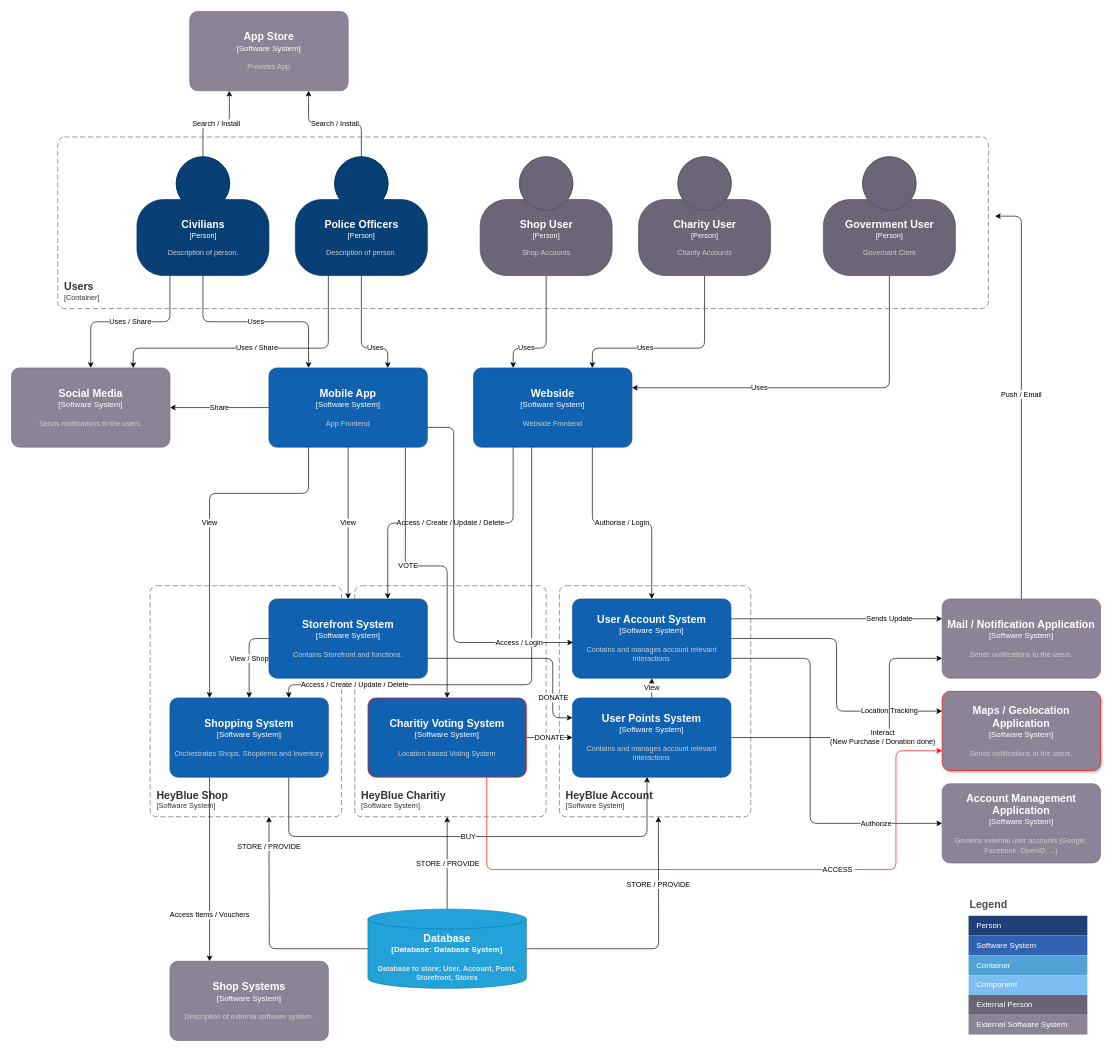
Above: page "C4 Level2" (1 of 3) of WiP/Usecases/12_shop.drawio in MinniMieze/HeyBlue (draw.io), before the change. Source tidied: cells renumbered, new cells numbered last; positions are measured from the earlier drawing's top-left corner, leaving out a move shared by most shapes. Both pictures are drawn from the tidied source at 66%, with x=0, y=0 at pixel (11, 11).
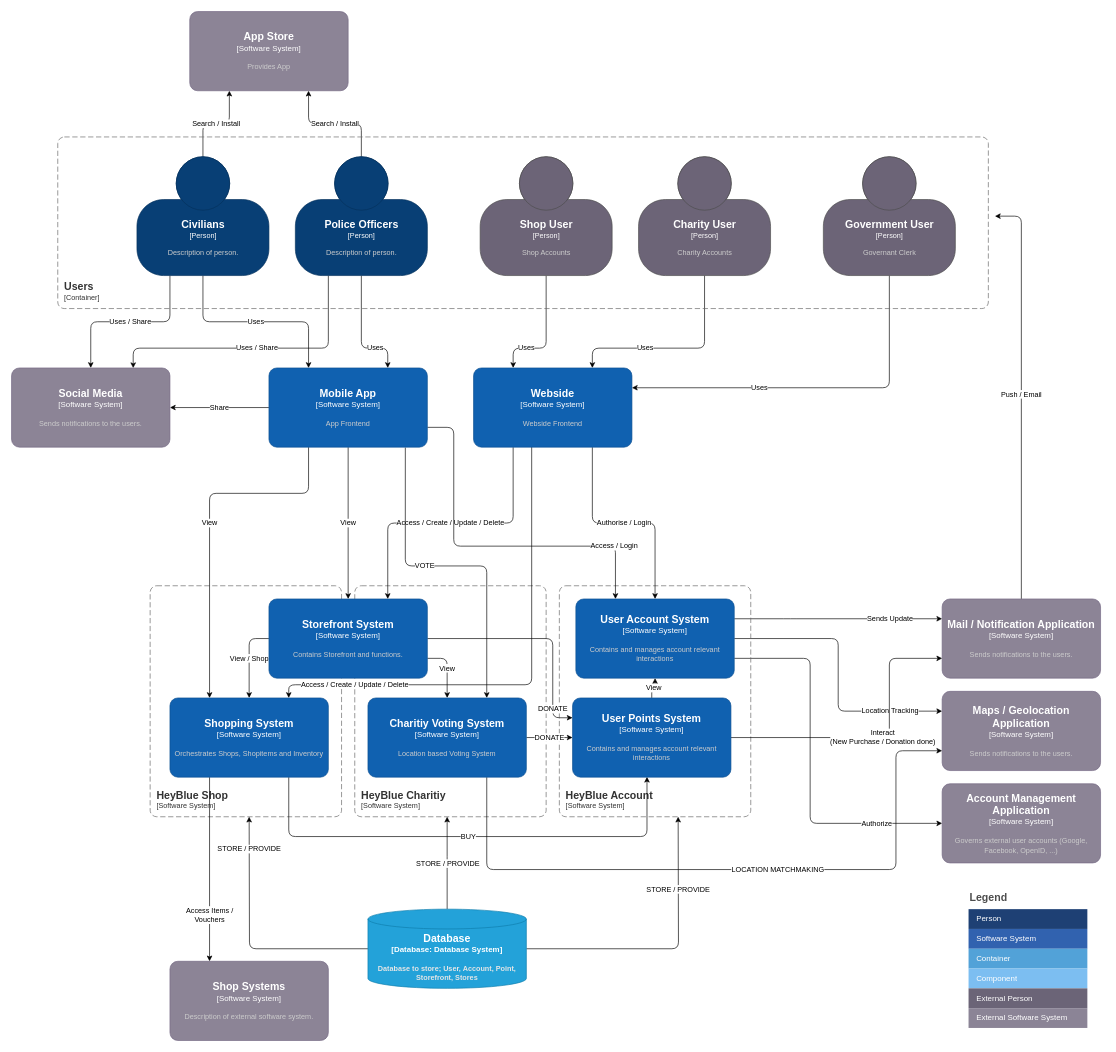
After the change.

The change refers to these unchanged cells:
```xml
<object id="17" label="&lt;font style=&quot;font-size: 16px&quot;&gt;&lt;b&gt;%c4Name%&lt;/b&gt;&lt;/font&gt;&lt;div&gt;[%c4Type%]&lt;/div&gt;&lt;br&gt;&lt;div&gt;&lt;font style=&quot;font-size: 11px&quot;&gt;&lt;font color=&quot;#cccccc&quot;&gt;%c4Description%&lt;/font&gt;&lt;/div&gt;" c4Description="Sends notifications to the users." c4Name="Mail / Notification Application" c4Type="Software System" placeholders="1">
  <mxCell style="rounded=1;whiteSpace=wrap;html=1;labelBackgroundColor=none;fillColor=#8C8496;fontColor=#ffffff;align=center;arcSize=10;strokeColor=#736782;points=[[0.25,0,0],[0.5,0,0],[0.75,0,0],[1,0.25,0],[1,0.5,0],[1,0.75,0],[0.75,1,0],[0.5,1,0],[0.25,1,0],[0,0.75,0],[0,0.5,0],[0,0.25,0]];" parent="1" vertex="1">
    <mxGeometry x="1410" y="890" width="240" height="120" as="geometry" />
  </mxCell>
</object>
<object id="21" label="&lt;font style=&quot;font-size: 16px&quot;&gt;&lt;b&gt;%c4Name%&lt;/b&gt;&lt;/font&gt;&lt;div&gt;[%c4Type%]&lt;/div&gt;&lt;br&gt;&lt;div&gt;&lt;font style=&quot;font-size: 11px&quot;&gt;&lt;font color=&quot;#cccccc&quot;&gt;%c4Description%&lt;/font&gt;&lt;/div&gt;" c4Description="Contains Storefront and functions." c4Name="Storefront System" c4Type="Software System" placeholders="1">
  <mxCell style="rounded=1;whiteSpace=wrap;html=1;labelBackgroundColor=none;fillColor=#1061B0;fontColor=#ffffff;align=center;arcSize=10;strokeColor=#0D5091;points=[[0.25,0,0],[0.5,0,0],[0.75,0,0],[1,0.25,0],[1,0.5,0],[1,0.75,0],[0.75,1,0],[0.5,1,0],[0.25,1,0],[0,0.75,0],[0,0.5,0],[0,0.25,0]];" parent="1" vertex="1">
    <mxGeometry x="390" y="890" width="240" height="120" as="geometry" />
  </mxCell>
</object>
<object id="24" label="&lt;font style=&quot;font-size: 16px&quot;&gt;&lt;b&gt;%c4Name%&lt;/b&gt;&lt;/font&gt;&lt;div&gt;[%c4Type%]&lt;/div&gt;&lt;br&gt;&lt;div&gt;&lt;font style=&quot;font-size: 11px&quot;&gt;&lt;font color=&quot;#cccccc&quot;&gt;%c4Description%&lt;/font&gt;&lt;/div&gt;" c4Description="Orchestrates Shops, Shopitems and Inventory" c4Name="Shopping System" c4Type="Software System" placeholders="1">
  <mxCell style="rounded=1;whiteSpace=wrap;html=1;labelBackgroundColor=none;fillColor=#1061B0;fontColor=#ffffff;align=center;arcSize=10;strokeColor=#0D5091;points=[[0.25,0,0],[0.5,0,0],[0.75,0,0],[1,0.25,0],[1,0.5,0],[1,0.75,0],[0.75,1,0],[0.5,1,0],[0.25,1,0],[0,0.75,0],[0,0.5,0],[0,0.25,0]];" parent="1" vertex="1">
    <mxGeometry x="240" y="1040" width="240" height="120" as="geometry" />
  </mxCell>
</object>
<object id="25" label="&lt;font style=&quot;font-size: 16px&quot;&gt;&lt;b&gt;%c4Name%&lt;/b&gt;&lt;/font&gt;&lt;div&gt;[%c4Type%]&lt;/div&gt;&lt;br&gt;&lt;div&gt;&lt;font style=&quot;font-size: 11px&quot;&gt;&lt;font color=&quot;#cccccc&quot;&gt;%c4Description%&lt;/font&gt;&lt;/div&gt;" c4Description="Description of external software system." c4Name="Shop Systems" c4Type="Software System" placeholders="1">
  <mxCell style="rounded=1;whiteSpace=wrap;html=1;labelBackgroundColor=none;fillColor=#8C8496;fontColor=#ffffff;align=center;arcSize=10;strokeColor=#736782;points=[[0.25,0,0],[0.5,0,0],[0.75,0,0],[1,0.25,0],[1,0.5,0],[1,0.75,0],[0.75,1,0],[0.5,1,0],[0.25,1,0],[0,0.75,0],[0,0.5,0],[0,0.25,0]];" parent="1" vertex="1">
    <mxGeometry x="240" y="1439" width="240" height="120" as="geometry" />
  </mxCell>
</object>
<object id="40" label="&lt;font style=&quot;font-size: 16px&quot;&gt;&lt;b&gt;%c4Name%&lt;/b&gt;&lt;/font&gt;&lt;div&gt;[%c4Type%]&lt;/div&gt;&lt;br&gt;&lt;div&gt;&lt;font style=&quot;font-size: 11px&quot;&gt;&lt;font color=&quot;#cccccc&quot;&gt;%c4Description%&lt;/font&gt;&lt;/div&gt;" c4Description="App Frontend" c4Name="Mobile App" c4Type="Software System" placeholders="1">
  <mxCell style="rounded=1;whiteSpace=wrap;html=1;labelBackgroundColor=none;fillColor=#1061B0;fontColor=#ffffff;align=center;arcSize=10;strokeColor=#0D5091;points=[[0.25,0,0],[0.5,0,0],[0.75,0,0],[1,0.25,0],[1,0.5,0],[1,0.75,0],[0.75,1,0],[0.5,1,0],[0.25,1,0],[0,0.75,0],[0,0.5,0],[0,0.25,0]];" parent="1" vertex="1">
    <mxGeometry x="390" y="540" width="240" height="120" as="geometry" />
  </mxCell>
</object>
<object id="51" label="&lt;font style=&quot;font-size: 16px&quot;&gt;&lt;b&gt;%c4Name%&lt;/b&gt;&lt;/font&gt;&lt;div&gt;[%c4Type%]&lt;/div&gt;&lt;br&gt;&lt;div&gt;&lt;font style=&quot;font-size: 11px&quot;&gt;&lt;font color=&quot;#cccccc&quot;&gt;%c4Description%&lt;/font&gt;&lt;/div&gt;" c4Description="Governs external user accounts (Google, Facebook, OpenID, ...)" c4Name="Account Management Application" c4Type="Software System" placeholders="1">
  <mxCell style="rounded=1;whiteSpace=wrap;html=1;labelBackgroundColor=none;fillColor=#8C8496;fontColor=#ffffff;align=center;arcSize=10;strokeColor=#736782;points=[[0.25,0,0],[0.5,0,0],[0.75,0,0],[1,0.25,0],[1,0.5,0],[1,0.75,0],[0.75,1,0],[0.5,1,0],[0.25,1,0],[0,0.75,0],[0,0.5,0],[0,0.25,0]];" parent="1" vertex="1">
    <mxGeometry x="1410" y="1170" width="240" height="120" as="geometry" />
  </mxCell>
</object>
<object id="55" label="&lt;font style=&quot;font-size: 16px&quot;&gt;&lt;b&gt;%c4Name%&lt;/b&gt;&lt;/font&gt;&lt;div&gt;[%c4Type%]&lt;/div&gt;&lt;br&gt;&lt;div&gt;&lt;font style=&quot;font-size: 11px&quot;&gt;&lt;font color=&quot;#cccccc&quot;&gt;%c4Description%&lt;/font&gt;&lt;/div&gt;" c4Description="Contains and manages account relevant interactions" c4Name="User Points System" c4Type="Software System" placeholders="1">
  <mxCell style="rounded=1;whiteSpace=wrap;html=1;labelBackgroundColor=none;fillColor=#1061B0;fontColor=#ffffff;align=center;arcSize=10;strokeColor=#0D5091;points=[[0.25,0,0],[0.5,0,0],[0.75,0,0],[1,0.25,0],[1,0.5,0],[1,0.75,0],[0.75,1,0],[0.5,1,0],[0.25,1,0],[0,0.75,0],[0,0.5,0],[0,0.25,0]];" parent="1" vertex="1">
    <mxGeometry x="850" y="1040" width="240" height="120" as="geometry" />
  </mxCell>
</object>
<object id="65" label="&lt;font style=&quot;font-size: 16px&quot;&gt;&lt;b&gt;%c4Type%&lt;/font&gt;&lt;div&gt;[%c4Container%:&amp;nbsp;%c4Technology%]&lt;/div&gt;&lt;br&gt;&lt;div&gt;&lt;font style=&quot;font-size: 11px&quot;&gt;&lt;font color=&quot;#E6E6E6&quot;&gt;%c4Description%&lt;/font&gt;&lt;/div&gt;" c4Container="Database" c4Description="Database to store; User, Account, Point, Storefront, Stores" c4Technology="Database System" c4Type="Database" placeholders="1">
  <mxCell style="shape=cylinder3;size=15;whiteSpace=wrap;html=1;boundedLbl=1;rounded=0;labelBackgroundColor=none;fillColor=#23A2D9;fontSize=12;fontColor=#ffffff;align=center;strokeColor=#0E7DAD;points=[[0.5,0,0],[1,0.25,0],[1,0.5,0],[1,0.75,0],[0.5,1,0],[0,0.75,0],[0,0.5,0],[0,0.25,0]];" parent="1" vertex="1">
    <mxGeometry x="540" y="1360" width="240" height="120" as="geometry" />
  </mxCell>
</object>
```

The edit, as a diff of the source:
```diff
@@
     <mxCell id="2" value="Sends Update" style="edgeStyle=orthogonalEdgeStyle;html=1;exitX=1;exitY=0.25;exitDx=0;exitDy=0;exitPerimeter=0;entryX=0;entryY=0.25;entryDx=0;entryDy=0;entryPerimeter=0;" parent="1" edge="1" source="5" target="17">
-      <mxGeometry x="0.5" relative="1" as="geometry" />
+      <mxGeometry x="0.5" relative="1" as="geometry">
+        <Array as="points">
+          <mxPoint x="1180" y="920" />
+          <mxPoint x="1180" y="920" />
+        </Array>
+      </mxGeometry>
     </mxCell>
@@
-    <mxCell id="4" value="Authorize" style="edgeStyle=orthogonalEdgeStyle;html=1;exitX=1;exitY=0.75;exitDx=0;exitDy=0;exitPerimeter=0;entryX=0;entryY=0.5;entryDx=0;entryDy=0;entryPerimeter=0;" parent="1" edge="1" source="5" target="51">
+    <mxCell id="4" value="Authorize" style="edgeStyle=orthogonalEdgeStyle;html=1;entryX=0;entryY=0.5;entryDx=0;entryDy=0;entryPerimeter=0;exitX=1;exitY=0.75;exitDx=0;exitDy=0;exitPerimeter=0;" parent="1" edge="1" source="5" target="51">
       <mxGeometry x="0.65" relative="1" as="geometry">
         <Array as="points">
           <mxPoint x="1210" y="980" />
           <mxPoint x="1210" y="1230" />
         </Array>
       </mxGeometry>
     </mxCell>
     <object id="5" label="&lt;font style=&quot;font-size: 16px&quot;&gt;&lt;b&gt;%c4Name%&lt;/b&gt;&lt;/font&gt;&lt;div&gt;[%c4Type%]&lt;/div&gt;&lt;br&gt;&lt;div&gt;&lt;font style=&quot;font-size: 11px&quot;&gt;&lt;font color=&quot;#cccccc&quot;&gt;%c4Description%&lt;/font&gt;&lt;/div&gt;" c4Description="Contains and manages account relevant interactions" c4Name="User Account System" c4Type="Software System" placeholders="1">
       <mxCell style="rounded=1;whiteSpace=wrap;html=1;labelBackgroundColor=none;fillColor=#1061B0;fontColor=#ffffff;align=center;arcSize=10;strokeColor=#0D5091;points=[[0.25,0,0],[0.5,0,0],[0.75,0,0],[1,0.25,0],[1,0.5,0],[1,0.75,0],[0.75,1,0],[0.5,1,0],[0.25,1,0],[0,0.75,0],[0,0.5,0],[0,0.25,0]];" parent="1" vertex="1">
-        <mxGeometry x="850" y="890" width="240" height="120" as="geometry" />
+        <mxGeometry x="855" y="890" width="240" height="120" as="geometry" />
       </mxCell>
     </object>
     <mxCell id="6" style="group;" parent="1" vertex="1">
-      <mxGeometry x="1450" y="1340" width="180" height="210" as="geometry" />
+      <mxGeometry x="1450" y="1330" width="180" height="210" as="geometry" />
     </mxCell>
@@
+    <mxCell id="50" value="DONATE" style="edgeStyle=orthogonalEdgeStyle;html=1;exitX=1;exitY=0.5;exitDx=0;exitDy=0;exitPerimeter=0;entryX=0;entryY=0.25;entryDx=0;entryDy=0;entryPerimeter=0;strokeColor=#000000;" parent="1" edge="1" source="21" target="55">
+      <mxGeometry x="0.74" relative="1" as="geometry">
+        <Array as="points">
+          <mxPoint x="820" y="950" />
+          <mxPoint x="820" y="1070" />
+        </Array>
+        <mxPoint y="1" as="offset" />
+      </mxGeometry>
+    </mxCell>
+    <mxCell id="66" value="View" style="edgeStyle=orthogonalEdgeStyle;html=1;exitX=1;exitY=0.75;exitDx=0;exitDy=0;exitPerimeter=0;entryX=0.5;entryY=0;entryDx=0;entryDy=0;entryPerimeter=0;strokeColor=#000000;" parent="1" edge="1" source="21" target="61">
+      <mxGeometry relative="1" as="geometry" />
+    </mxCell>
@@
-    <mxCell id="22" value="Access Items / Vouchers" style="edgeStyle=orthogonalEdgeStyle;html=1;exitX=0.25;exitY=1;exitDx=0;exitDy=0;exitPerimeter=0;entryX=0.25;entryY=0;entryDx=0;entryDy=0;entryPerimeter=0;" parent="1" edge="1" source="24" target="25">
+    <mxCell id="22" value="Access Items /&lt;br&gt;Vouchers" style="edgeStyle=orthogonalEdgeStyle;html=1;exitX=0.25;exitY=1;exitDx=0;exitDy=0;exitPerimeter=0;entryX=0.25;entryY=0;entryDx=0;entryDy=0;entryPerimeter=0;" parent="1" edge="1" source="24" target="25">
       <mxGeometry x="0.5" relative="1" as="geometry" />
     </mxCell>
@@
     <object id="26" label="&lt;font style=&quot;font-size: 16px&quot;&gt;&lt;b&gt;%c4Name%&lt;/b&gt;&lt;/font&gt;&lt;div&gt;[%c4Type%]&lt;/div&gt;&lt;br&gt;&lt;div&gt;&lt;font style=&quot;font-size: 11px&quot;&gt;&lt;font color=&quot;#cccccc&quot;&gt;%c4Description%&lt;/font&gt;&lt;/div&gt;" c4Description="Sends notifications to the users." c4Name="Maps / Geolocation&#10;Application" c4Type="Software System" placeholders="1">
-      <mxCell style="rounded=1;whiteSpace=wrap;html=1;labelBackgroundColor=none;fillColor=#8C8496;fontColor=#ffffff;align=center;arcSize=10;strokeColor=#FF0000;points=[[0.25,0,0],[0.5,0,0],[0.75,0,0],[1,0.25,0],[1,0.5,0],[1,0.75,0],[0.75,1,0],[0.5,1,0],[0.25,1,0],[0,0.75,0],[0,0.5,0],[0,0.25,0]];shadow=1;" parent="1" vertex="1">
+      <mxCell style="rounded=1;whiteSpace=wrap;html=1;labelBackgroundColor=none;fillColor=#8C8496;fontColor=#ffffff;align=center;arcSize=10;strokeColor=#736782;points=[[0.25,0,0],[0.5,0,0],[0.75,0,0],[1,0.25,0],[1,0.5,0],[1,0.75,0],[0.75,1,0],[0.5,1,0],[0.25,1,0],[0,0.75,0],[0,0.5,0],[0,0.25,0]];" parent="1" vertex="1">
         <mxGeometry x="1410" y="1030" width="240" height="120" as="geometry" />
       </mxCell>
     </object>
@@
-    <mxCell id="37" value="Access / Login" style="edgeStyle=orthogonalEdgeStyle;html=1;exitX=1;exitY=0.75;exitDx=0;exitDy=0;exitPerimeter=0;entryX=0.003;entryY=0.55;entryDx=0;entryDy=0;entryPerimeter=0;" parent="1" edge="1" source="40" target="5">
+    <mxCell id="37" value="Access / Login" style="edgeStyle=orthogonalEdgeStyle;html=1;exitX=1;exitY=0.75;exitDx=0;exitDy=0;exitPerimeter=0;entryX=0.25;entryY=0;entryDx=0;entryDy=0;entryPerimeter=0;" parent="1" edge="1" source="40" target="5">
       <mxGeometry x="0.7" relative="1" as="geometry">
         <Array as="points">
           <mxPoint x="670" y="630" />
-          <mxPoint x="670" y="956" />
+          <mxPoint x="670" y="810" />
+          <mxPoint x="915" y="810" />
         </Array>
       </mxGeometry>
     </mxCell>
@@
-    <mxCell id="39" value="VOTE" style="edgeStyle=orthogonalEdgeStyle;html=1;exitX=0.861;exitY=1.005;exitDx=0;exitDy=0;exitPerimeter=0;entryX=0.5;entryY=0;entryDx=0;entryDy=0;entryPerimeter=0;" parent="1" edge="1" source="40" target="61">
+    <mxCell id="39" value="VOTE" style="edgeStyle=orthogonalEdgeStyle;html=1;exitX=0.861;exitY=1.005;exitDx=0;exitDy=0;exitPerimeter=0;entryX=0.75;entryY=0;entryDx=0;entryDy=0;entryPerimeter=0;" parent="1" edge="1" source="40" target="61">
       <mxGeometry x="-0.17" relative="1" as="geometry">
         <Array as="points">
           <mxPoint x="597" y="840" />
-          <mxPoint x="660" y="840" />
+          <mxPoint x="720" y="840" />
         </Array>
       </mxGeometry>
     </mxCell>
@@
-    <mxCell id="50" value="DONATE" style="edgeStyle=orthogonalEdgeStyle;html=1;exitX=1;exitY=0.75;exitDx=0;exitDy=0;exitPerimeter=0;entryX=0;entryY=0.25;entryDx=0;entryDy=0;entryPerimeter=0;" parent="1" edge="1" source="21" target="55">
-      <mxGeometry x="0.61" relative="1" as="geometry">
-        <Array as="points">
-          <mxPoint x="820" y="980" />
-          <mxPoint x="820" y="1070" />
-        </Array>
-        <mxPoint x="1" as="offset" />
-      </mxGeometry>
-    </mxCell>
@@
-    <mxCell id="59" value="ACCESS&amp;nbsp;" style="edgeStyle=orthogonalEdgeStyle;html=1;exitX=0.75;exitY=1;exitDx=0;exitDy=0;exitPerimeter=0;entryX=0;entryY=0.75;entryDx=0;entryDy=0;entryPerimeter=0;strokeColor=#FF0000;" parent="1" edge="1" source="61" target="26">
-      <mxGeometry x="0.33" relative="1" as="geometry">
+    <mxCell id="59" value="LOCATION MATCHMAKING" style="edgeStyle=orthogonalEdgeStyle;html=1;exitX=0.75;exitY=1;exitDx=0;exitDy=0;exitPerimeter=0;entryX=0;entryY=0.75;entryDx=0;entryDy=0;entryPerimeter=0;" parent="1" edge="1" source="61" target="26">
+      <mxGeometry x="0.15" relative="1" as="geometry">
         <Array as="points">
           <mxPoint x="720" y="1300" />
           <mxPoint x="1340" y="1300" />
           <mxPoint x="1340" y="1120" />
         </Array>
-        <mxPoint x="1" as="offset" />
       </mxGeometry>
     </mxCell>
@@
     <object id="61" label="&lt;font style=&quot;font-size: 16px&quot;&gt;&lt;b&gt;%c4Name%&lt;/b&gt;&lt;/font&gt;&lt;div&gt;[%c4Type%]&lt;/div&gt;&lt;br&gt;&lt;div&gt;&lt;font style=&quot;font-size: 11px&quot;&gt;&lt;font color=&quot;#cccccc&quot;&gt;%c4Description%&lt;/font&gt;&lt;/div&gt;" c4Description="Location based Voting System" c4Name="Charitiy Voting System" c4Type="Software System" placeholders="1">
-      <mxCell style="rounded=1;whiteSpace=wrap;html=1;labelBackgroundColor=none;fillColor=#1061B0;fontColor=#ffffff;align=center;arcSize=10;strokeColor=#FF0000;points=[[0.25,0,0],[0.5,0,0],[0.75,0,0],[1,0.25,0],[1,0.5,0],[1,0.75,0],[0.75,1,0],[0.5,1,0],[0.25,1,0],[0,0.75,0],[0,0.5,0],[0,0.25,0]];" parent="1" vertex="1">
+      <mxCell style="rounded=1;whiteSpace=wrap;html=1;labelBackgroundColor=none;fillColor=#1061B0;fontColor=#ffffff;align=center;arcSize=10;strokeColor=#0D5091;points=[[0.25,0,0],[0.5,0,0],[0.75,0,0],[1,0.25,0],[1,0.5,0],[1,0.75,0],[0.75,1,0],[0.5,1,0],[0.25,1,0],[0,0.75,0],[0,0.5,0],[0,0.25,0]];" parent="1" vertex="1">
         <mxGeometry x="540" y="1040" width="240" height="120" as="geometry" />
       </mxCell>
     </object>
     <mxCell id="62" value="STORE / PROVIDE" style="edgeStyle=orthogonalEdgeStyle;html=1;exitX=0;exitY=0.5;exitDx=0;exitDy=0;exitPerimeter=0;" parent="1" edge="1" source="65">
       <mxGeometry x="0.74" relative="1" as="geometry">
-        <mxPoint x="390" y="1220" as="targetPoint" />
+        <mxPoint x="360" y="1220" as="targetPoint" />
         <mxPoint y="-1" as="offset" />
       </mxGeometry>
     </mxCell>
@@
     <mxCell id="64" value="STORE / PROVIDE" style="edgeStyle=orthogonalEdgeStyle;html=1;exitX=1;exitY=0.5;exitDx=0;exitDy=0;exitPerimeter=0;" parent="1" edge="1" source="65">
       <mxGeometry x="0.49" relative="1" as="geometry">
-        <mxPoint x="980" y="1220" as="targetPoint" />
+        <mxPoint x="1010" y="1220" as="targetPoint" />
       </mxGeometry>
     </mxCell>
```
